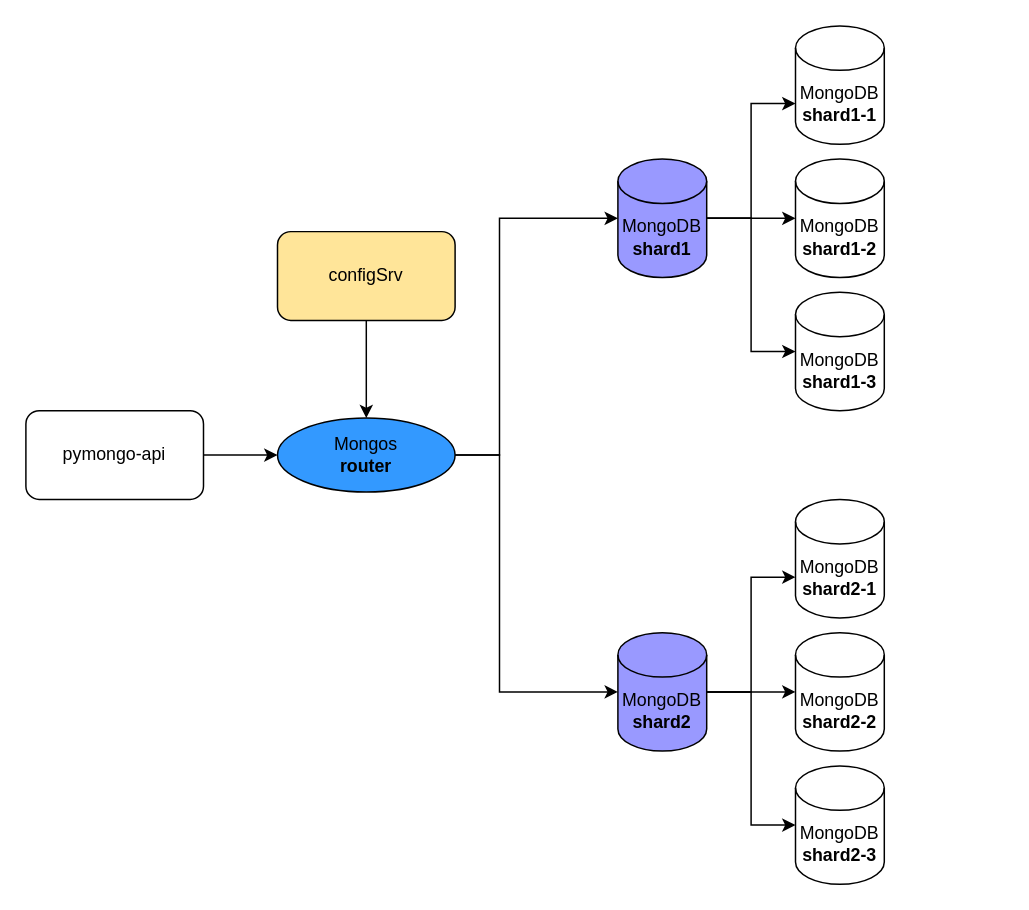
Above: task1_2.drawio in kihana/architecture-sprint-2 (draw.io), before the change. Source tidied: cells renumbered, new cells numbered last; positions are measured from the earlier drawing's top-left corner, leaving out a move shared by most shapes. Both pictures are drawn from the tidied source at 148%, with x=0, y=0 at pixel (25, 25).
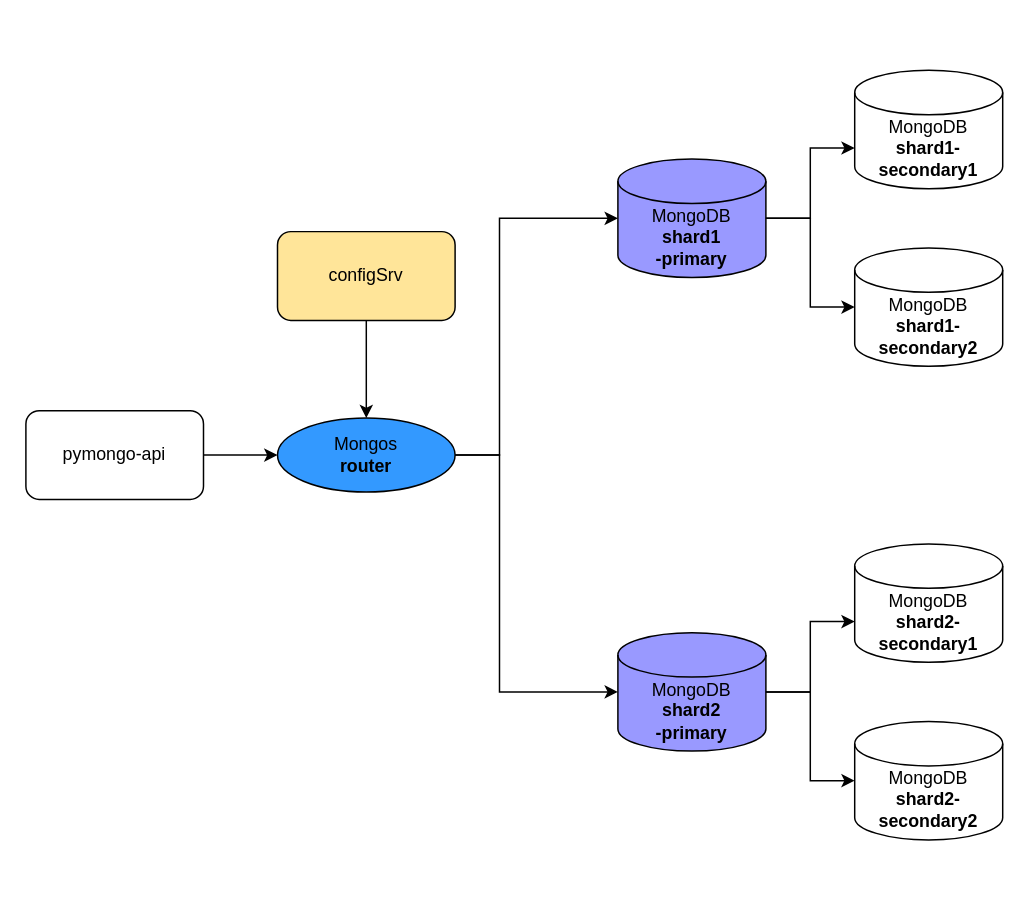
The same page after the edit.

Commit message:
Update labels for scheme in task 1.2.

Change to the diagram source:
```diff
@@
-    <mxCell id="2" value="&lt;div&gt;MongoDB&lt;/div&gt;&lt;div&gt;&lt;b&gt;shard1&lt;/b&gt;&lt;br&gt;&lt;/div&gt;" style="shape=cylinder3;whiteSpace=wrap;html=1;boundedLbl=1;backgroundOutline=1;size=15;fillColor=#9999FF;" parent="1" vertex="1">
-      <mxGeometry x="400" y="90" width="60" height="80" as="geometry" />
+    <mxCell id="2" value="&lt;div&gt;MongoDB&lt;/div&gt;&lt;div&gt;&lt;b&gt;shard1&lt;br&gt;&lt;/b&gt;&lt;/div&gt;&lt;b&gt;-primary&lt;/b&gt;" style="shape=cylinder3;whiteSpace=wrap;html=1;boundedLbl=1;backgroundOutline=1;size=15;fillColor=#9999FF;" parent="1" vertex="1">
+      <mxGeometry x="400" y="90" width="100" height="80" as="geometry" />
     </mxCell>
@@
-    <mxCell id="5" value="&lt;div&gt;MongoDB&lt;/div&gt;&lt;div&gt;&lt;b&gt;shard2&lt;/b&gt;&lt;br&gt;&lt;/div&gt;" style="shape=cylinder3;whiteSpace=wrap;html=1;boundedLbl=1;backgroundOutline=1;size=15;fillColor=#9999FF;" parent="1" vertex="1">
-      <mxGeometry x="400" y="410" width="60" height="80" as="geometry" />
+    <mxCell id="5" value="&lt;div&gt;MongoDB&lt;/div&gt;&lt;div&gt;&lt;b&gt;shard2&lt;br&gt;&lt;/b&gt;&lt;/div&gt;&lt;b&gt;-primary&lt;/b&gt;" style="shape=cylinder3;whiteSpace=wrap;html=1;boundedLbl=1;backgroundOutline=1;size=15;fillColor=#9999FF;" parent="1" vertex="1">
+      <mxGeometry x="400" y="410" width="100" height="80" as="geometry" />
     </mxCell>
@@
-    <mxCell id="11" value="&lt;div&gt;MongoDB&lt;/div&gt;&lt;div&gt;&lt;b&gt;shard1-1&lt;/b&gt;&lt;/div&gt;" style="shape=cylinder3;whiteSpace=wrap;html=1;boundedLbl=1;backgroundOutline=1;size=15;" parent="1" vertex="1">
-      <mxGeometry x="520" width="60" height="80" as="geometry" />
+    <mxCell id="11" value="&lt;div&gt;MongoDB&lt;/div&gt;&lt;div&gt;&lt;b&gt;shard1-secondary1&lt;/b&gt;&lt;/div&gt;" style="shape=cylinder3;whiteSpace=wrap;html=1;boundedLbl=1;backgroundOutline=1;size=15;" parent="1" vertex="1">
+      <mxGeometry x="560" y="30" width="100" height="80" as="geometry" />
     </mxCell>
-    <mxCell id="12" value="&lt;div&gt;MongoDB&lt;/div&gt;&lt;div&gt;&lt;b&gt;shard1-2&lt;/b&gt;&lt;/div&gt;" style="shape=cylinder3;whiteSpace=wrap;html=1;boundedLbl=1;backgroundOutline=1;size=15;" parent="1" vertex="1">
-      <mxGeometry x="520" y="90" width="60" height="80" as="geometry" />
+    <mxCell id="12" value="&lt;div&gt;MongoDB&lt;/div&gt;&lt;div&gt;&lt;b&gt;shard1-secondary2&lt;/b&gt;&lt;/div&gt;" style="shape=cylinder3;whiteSpace=wrap;html=1;boundedLbl=1;backgroundOutline=1;size=15;" parent="1" vertex="1">
+      <mxGeometry x="560" y="150" width="100" height="80" as="geometry" />
     </mxCell>
-    <mxCell id="13" value="&lt;div&gt;MongoDB&lt;/div&gt;&lt;div&gt;&lt;b&gt;shard1-3&lt;/b&gt;&lt;/div&gt;" style="shape=cylinder3;whiteSpace=wrap;html=1;boundedLbl=1;backgroundOutline=1;size=15;" parent="1" vertex="1">
-      <mxGeometry x="520" y="180" width="60" height="80" as="geometry" />
-    </mxCell>
-    <mxCell id="14" value="&lt;div&gt;MongoDB&lt;/div&gt;&lt;div&gt;&lt;b&gt;shard2-2&lt;/b&gt;&lt;/div&gt;" style="shape=cylinder3;whiteSpace=wrap;html=1;boundedLbl=1;backgroundOutline=1;size=15;" parent="1" vertex="1">
-      <mxGeometry x="520" y="410" width="60" height="80" as="geometry" />
+    <mxCell id="14" value="&lt;div&gt;MongoDB&lt;/div&gt;&lt;div&gt;&lt;b&gt;shard2-secondary2&lt;/b&gt;&lt;/div&gt;" style="shape=cylinder3;whiteSpace=wrap;html=1;boundedLbl=1;backgroundOutline=1;size=15;" parent="1" vertex="1">
+      <mxGeometry x="560" y="470" width="100" height="80" as="geometry" />
     </mxCell>
-    <mxCell id="15" value="&lt;div&gt;MongoDB&lt;/div&gt;&lt;div&gt;&lt;b&gt;shard2-1&lt;br&gt;&lt;/b&gt;&lt;/div&gt;" style="shape=cylinder3;whiteSpace=wrap;html=1;boundedLbl=1;backgroundOutline=1;size=15;" parent="1" vertex="1">
-      <mxGeometry x="520" y="320" width="60" height="80" as="geometry" />
+    <mxCell id="15" value="&lt;div&gt;MongoDB&lt;/div&gt;&lt;div&gt;&lt;b&gt;shard2-secondary1&lt;br&gt;&lt;/b&gt;&lt;/div&gt;" style="shape=cylinder3;whiteSpace=wrap;html=1;boundedLbl=1;backgroundOutline=1;size=15;" parent="1" vertex="1">
+      <mxGeometry x="560" y="350" width="100" height="80" as="geometry" />
     </mxCell>
-    <mxCell id="16" value="&lt;div&gt;MongoDB&lt;/div&gt;&lt;div&gt;&lt;b&gt;shard2-3&lt;/b&gt;&lt;/div&gt;" style="shape=cylinder3;whiteSpace=wrap;html=1;boundedLbl=1;backgroundOutline=1;size=15;" parent="1" vertex="1">
-      <mxGeometry x="520" y="500" width="60" height="80" as="geometry" />
-    </mxCell>
@@
-    <mxCell id="19" style="edgeStyle=orthogonalEdgeStyle;rounded=0;jettySize=auto;html=1;exitX=1;exitY=0.5;exitDx=0;exitDy=0;exitPerimeter=0;entryX=0;entryY=0.5;entryDx=0;entryDy=0;entryPerimeter=0;" parent="1" edge="1" source="2" target="13">
-      <mxGeometry relative="1" as="geometry" />
-    </mxCell>
@@
-    <mxCell id="22" style="edgeStyle=orthogonalEdgeStyle;rounded=0;jettySize=auto;html=1;exitX=1;exitY=0.5;exitDx=0;exitDy=0;exitPerimeter=0;entryX=0;entryY=0.5;entryDx=0;entryDy=0;entryPerimeter=0;" parent="1" edge="1" source="5" target="16">
-      <mxGeometry relative="1" as="geometry" />
-    </mxCell>
```
